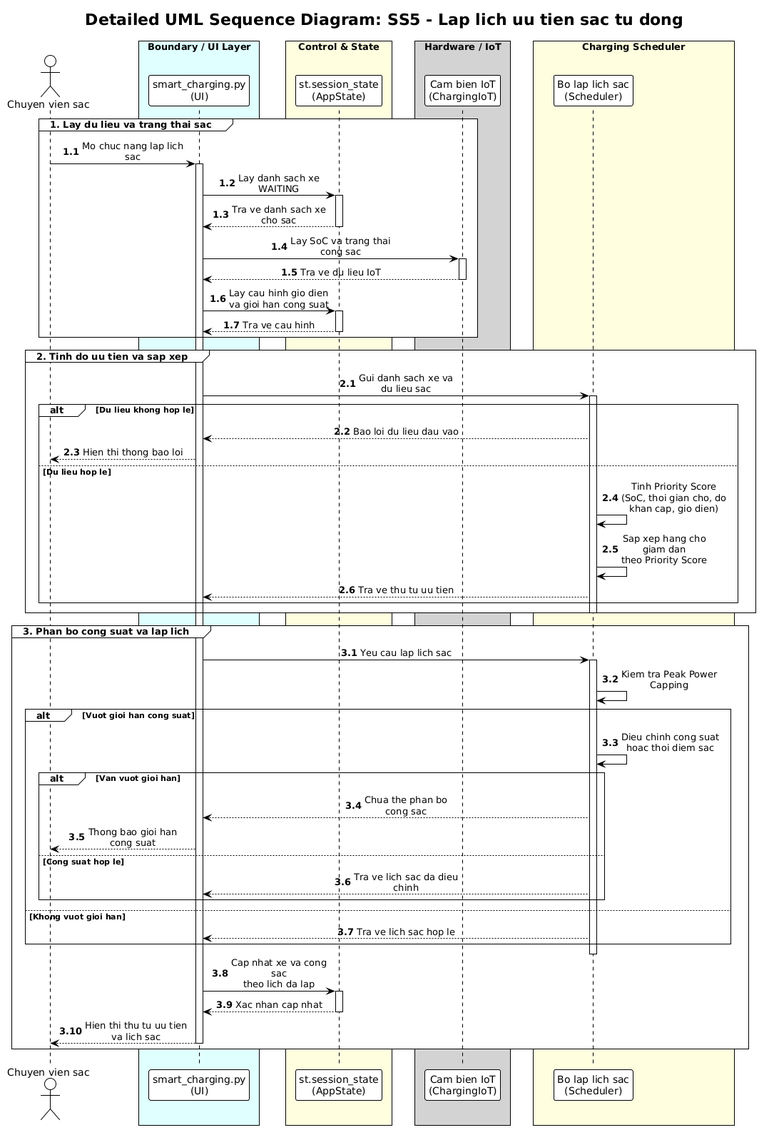
Above: docs/diagrams/Use-case detail-scenario/SS5/Sequence diagrams/UC_SS5_01_DuongDangKhoa_sequence.png in Dat-nguyen195/BTL_1_CNPM (PlantUML), before the change.
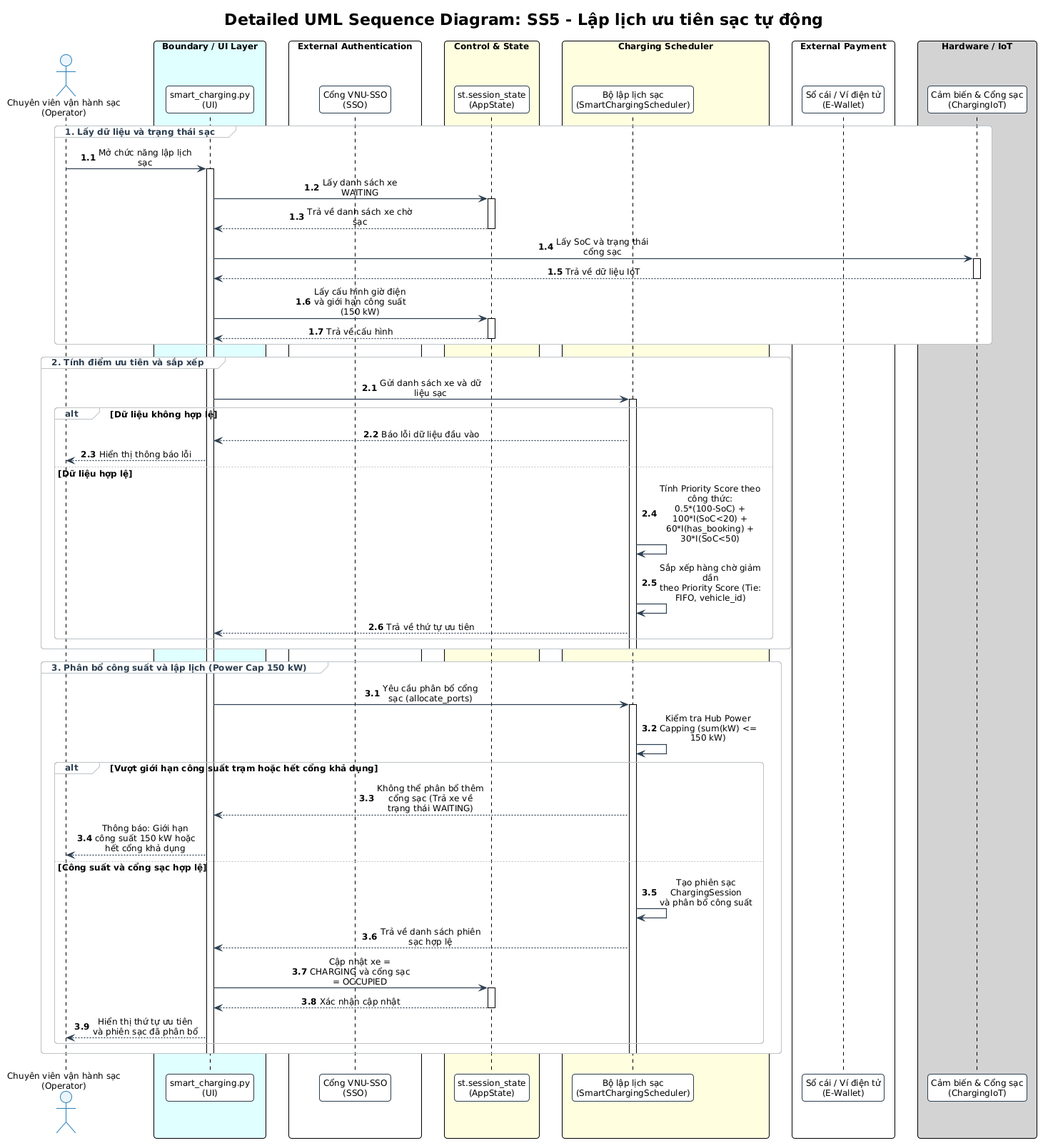
After the commit.

Diff of the diagram source:
```diff
@@ -1,92 +1,98 @@
-@startuml
-!theme plain
+@startuml UC_SS5_01_DuongDangKhoa_sequence
+!pragma layout smetana
+!include ../../../common.puml
 skinparam sequenceMessageAlign center
 skinparam maxMessageSize 150
 skinparam BoxPadding 10
 
-title "Detailed UML Sequence Diagram: SS5 - Lap lich uu tien sac tu dong"
+title "Detailed UML Sequence Diagram: SS5 - Lập lịch ưu tiên sạc tự động"
 
-actor "Chuyen vien sac" as Operator
+actor "Chuyên viên vận hành sạc\n(Operator)" as Operator
 
 box "Boundary / UI Layer" #LightCyan
 participant "smart_charging.py\n(UI)" as UI
+end box
+
+box "External Authentication" #White
+participant "Cổng VNU-SSO\n(SSO)" as SSO
 end box
 
 box "Control & State" #LightYellow
 participant "st.session_state\n(AppState)" as AppState
 end box
 
-box "Hardware / IoT" #LightGray
-participant "Cam bien IoT\n(ChargingIoT)" as IoT
+box "Charging Scheduler" #LightYellow
+participant "Bộ lập lịch sạc\n(SmartChargingScheduler)" as Scheduler
 end box
 
-box "Charging Scheduler" #LightYellow
-participant "Bo lap lich sac\n(Scheduler)" as Scheduler
+box "External Payment" #White
+participant "Sổ cái / Ví điện tử\n(E-Wallet)" as EWallet
+end box
+
+box "Hardware / IoT" #LightGray
+participant "Cảm biến & Cổng sạc\n(ChargingIoT)" as IoT
 end box
 
 autonumber 1.1
-group 1. Lay du lieu va trang thai sac
-    Operator -> UI: Mo chuc nang lap lich sac
+group 1. Lấy dữ liệu và trạng thái sạc
+    Operator -> UI: Mở chức năng lập lịch sạc
     activate UI
 
-    UI -> AppState: Lay danh sach xe WAITING
+    UI -> AppState: Lấy danh sách xe WAITING
     activate AppState
-    AppState --> UI: Tra ve danh sach xe cho sac
+    AppState --> UI: Trả về danh sách xe chờ sạc
     deactivate AppState
 
-    UI -> IoT: Lay SoC va trang thai cong sac
+    UI -> IoT: Lấy SoC và trạng thái cổng sạc
     activate IoT
-    IoT --> UI: Tra ve du lieu IoT
+    IoT --> UI: Trả về dữ liệu IoT
     deactivate IoT
 
-    UI -> AppState: Lay cau hinh gio dien\nva gioi han cong suat
+    UI -> AppState: Lấy cấu hình giờ điện\nvà giới hạn công suất (150 kW)
     activate AppState
-    AppState --> UI: Tra ve cau hinh
+    AppState --> UI: Trả về cấu hình
     deactivate AppState
 end
 
 autonumber 2.1
-group 2. Tinh do uu tien va sap xep
-    UI -> Scheduler: Gui danh sach xe va du lieu sac
+group 2. Tính điểm ưu tiên và sắp xếp
+    UI -> Scheduler: Gửi danh sách xe và dữ liệu sạc
     activate Scheduler
 
-    alt Du lieu khong hop le
-        Scheduler --> UI: Bao loi du lieu dau vao
-        UI --> Operator: Hien thi thong bao loi
-    else Du lieu hop le
-        Scheduler -> Scheduler: Tinh Priority Score\n(SoC, thoi gian cho, do khan cap, gio dien)
-        Scheduler -> Scheduler: Sap xep hang cho giam dan\ntheo Priority Score
-        Scheduler --> UI: Tra ve thu tu uu tien
+    alt Dữ liệu không hợp lệ
+        Scheduler --> UI: Báo lỗi dữ liệu đầu vào
+        UI --> Operator: Hiển thị thông báo lỗi
+    else Dữ liệu hợp lệ
+        Scheduler -> Scheduler: Tính Priority Score theo công thức:\n0.5*(100-SoC) + 100*I(SoC<20) + 60*I(has_booking) + 30*I(SoC<50)
+        Scheduler -> Scheduler: Sắp xếp hàng chờ giảm dần\ntheo Priority Score (Tie: FIFO, vehicle_id)
+        Scheduler --> UI: Trả về thứ tự ưu tiên
     end
     deactivate Scheduler
 end
 
 autonumber 3.1
-group 3. Phan bo cong suat va lap lich
-    UI -> Scheduler: Yeu cau lap lich sac
+group 3. Phân bổ công suất và lập lịch (Power Cap 150 kW)
+    UI -> Scheduler: Yêu cầu phân bổ cổng sạc (allocate_ports)
     activate Scheduler
 
-    Scheduler -> Scheduler: Kiem tra Peak Power Capping
+    Scheduler -> Scheduler: Kiểm tra Hub Power Capping (sum(kW) <= 150 kW)
 
-    alt Vuot gioi han cong suat
-        Scheduler -> Scheduler: Dieu chinh cong suat\nhoac thoi diem sac
-        alt Van vuot gioi han
-            Scheduler --> UI: Chua the phan bo cong sac
-            UI --> Operator: Thong bao gioi han cong suat
-        else Cong suat hop le
-            Scheduler --> UI: Tra ve lich sac da dieu chinh
-        end
-    else Khong vuot gioi han
-        Scheduler --> UI: Tra ve lich sac hop le
+    alt Vượt giới hạn công suất trạm hoặc hết cổng khả dụng
+        Scheduler --> UI: Không thể phân bổ thêm cổng sạc (Trả xe về trạng thái WAITING)
+        UI --> Operator: Thông báo: Giới hạn công suất 150 kW hoặc hết cổng khả dụng
+    else Công suất và cổng sạc hợp lệ
+        Scheduler -> Scheduler: Tạo phiên sạc ChargingSession\nvà phân bổ công suất
+        Scheduler --> UI: Trả về danh sách phiên sạc hợp lệ
+
+        UI -> AppState: Cập nhật xe = CHARGING và cổng sạc = OCCUPIED
+        activate AppState
+        AppState --> UI: Xác nhận cập nhật
+        deactivate AppState
+
+        UI --> Operator: Hiển thị thứ tự ưu tiên và phiên sạc đã phân bổ
     end
     deactivate Scheduler
-
-    UI -> AppState: Cap nhat xe va cong sac\ntheo lich da lap
-    activate AppState
-    AppState --> UI: Xac nhan cap nhat
-    deactivate AppState
-
-    UI --> Operator: Hien thi thu tu uu tien\nva lich sac
     deactivate UI
 end
+
 @enduml
```
